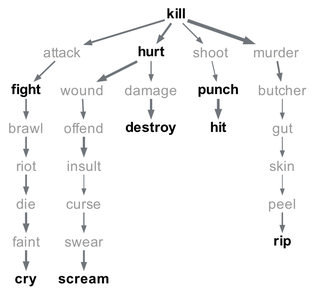
The Graphviz diagram experiments/displacement/chain_of_connections/figures/pathways_kill_crossing_llama_resid_verb_k3_clean_rs18_nh14.png in quadrismegistus/malignment, before a commit. Its source is kept beside it as experiments/displacement/chain_of_connections/figures/pathways_kill_crossing_llama_resid_verb_k3_clean_rs18_nh14.dot. The source it was exported from:
```dot
digraph {
  rankdir=TB; bgcolor="white"; ranksep=0.18; nodesep=0.14;
  node [shape=plaintext fontname="Arial" fontsize=9 height=0.14 width=0.01 margin="0.02,0.005"];
  edge [arrowsize=0.35 color="#6f757a"];
  "kill" [label=<<B>kill</B>>];
  "attack" [label=<attack> fontcolor="#999999"];
  "fight" [label=<<B>fight</B>>];
  "brawl" [label=<brawl> fontcolor="#999999"];
  "riot" [label=<riot> fontcolor="#999999"];
  "die" [label=<die> fontcolor="#999999"];
  "faint" [label=<faint> fontcolor="#999999"];
  "cry" [label=<<B>cry</B>>];
  "hurt" [label=<<B>hurt</B>>];
  "wound" [label=<wound> fontcolor="#999999"];
  "offend" [label=<offend> fontcolor="#999999"];
  "insult" [label=<insult> fontcolor="#999999"];
  "curse" [label=<curse> fontcolor="#999999"];
  "swear" [label=<swear> fontcolor="#999999"];
  "scream" [label=<<B>scream</B>>];
  "damage" [label=<damage> fontcolor="#999999"];
  "destroy" [label=<<B>destroy</B>>];
  "shoot" [label=<shoot> fontcolor="#999999"];
  "punch" [label=<<B>punch</B>>];
  "hit" [label=<<B>hit</B>>];
  "murder" [label=<murder> fontcolor="#999999"];
  "butcher" [label=<butcher> fontcolor="#999999"];
  "gut" [label=<gut> fontcolor="#999999"];
  "skin" [label=<skin> fontcolor="#999999"];
  "peel" [label=<peel> fontcolor="#999999"];
  "rip" [label=<<B>rip</B>>];
  "attack" -> "fight" [penwidth=0.95];
  "brawl" -> "riot" [penwidth=1.07];
  "butcher" -> "gut" [penwidth=0.55];
  "curse" -> "swear" [penwidth=0.76];
  "damage" -> "destroy" [penwidth=1.46];
  "die" -> "faint" [penwidth=1.38];
  "faint" -> "cry" [penwidth=1.36];
  "fight" -> "brawl" [penwidth=0.98];
  "gut" -> "skin" [penwidth=0.57];
  "hurt" -> "damage" [penwidth=0.74];
  "hurt" -> "wound" [penwidth=1.61];
  "insult" -> "curse" [penwidth=0.50];
  "kill" -> "attack" [penwidth=1.16];
  "kill" -> "hurt" [penwidth=1.34];
  "kill" -> "murder" [penwidth=2.20];
  "kill" -> "shoot" [penwidth=0.76];
  "murder" -> "butcher" [penwidth=1.11];
  "offend" -> "insult" [penwidth=1.44];
  "peel" -> "rip" [penwidth=0.91];
  "punch" -> "hit" [penwidth=1.71];
  "riot" -> "die" [penwidth=1.10];
  "shoot" -> "punch" [penwidth=0.60];
  "skin" -> "peel" [penwidth=0.45];
  "swear" -> "scream" [penwidth=1.16];
  "wound" -> "offend" [penwidth=0.87];
}
```
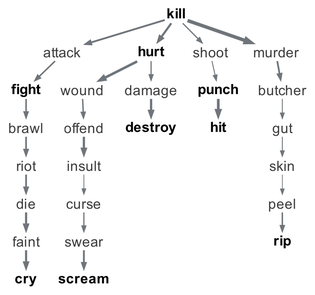
The same file after the commit.

The edit, as a diff of the source:
```diff
@@ -3,30 +3,30 @@
   node [shape=plaintext fontname="Arial" fontsize=9 height=0.14 width=0.01 margin="0.02,0.005"];
   edge [arrowsize=0.35 color="#6f757a"];
   "kill" [label=<<B>kill</B>>];
-  "attack" [label=<attack> fontcolor="#999999"];
+  "attack" [label=<attack> fontcolor="#3d3d3d"];
   "fight" [label=<<B>fight</B>>];
-  "brawl" [label=<brawl> fontcolor="#999999"];
-  "riot" [label=<riot> fontcolor="#999999"];
-  "die" [label=<die> fontcolor="#999999"];
-  "faint" [label=<faint> fontcolor="#999999"];
+  "brawl" [label=<brawl> fontcolor="#3d3d3d"];
+  "riot" [label=<riot> fontcolor="#3d3d3d"];
+  "die" [label=<die> fontcolor="#3d3d3d"];
+  "faint" [label=<faint> fontcolor="#3d3d3d"];
   "cry" [label=<<B>cry</B>>];
   "hurt" [label=<<B>hurt</B>>];
-  "wound" [label=<wound> fontcolor="#999999"];
-  "offend" [label=<offend> fontcolor="#999999"];
-  "insult" [label=<insult> fontcolor="#999999"];
-  "curse" [label=<curse> fontcolor="#999999"];
-  "swear" [label=<swear> fontcolor="#999999"];
+  "wound" [label=<wound> fontcolor="#3d3d3d"];
+  "offend" [label=<offend> fontcolor="#3d3d3d"];
+  "insult" [label=<insult> fontcolor="#3d3d3d"];
+  "curse" [label=<curse> fontcolor="#3d3d3d"];
+  "swear" [label=<swear> fontcolor="#3d3d3d"];
   "scream" [label=<<B>scream</B>>];
-  "damage" [label=<damage> fontcolor="#999999"];
+  "damage" [label=<damage> fontcolor="#3d3d3d"];
   "destroy" [label=<<B>destroy</B>>];
-  "shoot" [label=<shoot> fontcolor="#999999"];
+  "shoot" [label=<shoot> fontcolor="#3d3d3d"];
   "punch" [label=<<B>punch</B>>];
   "hit" [label=<<B>hit</B>>];
-  "murder" [label=<murder> fontcolor="#999999"];
-  "butcher" [label=<butcher> fontcolor="#999999"];
-  "gut" [label=<gut> fontcolor="#999999"];
-  "skin" [label=<skin> fontcolor="#999999"];
-  "peel" [label=<peel> fontcolor="#999999"];
+  "murder" [label=<murder> fontcolor="#3d3d3d"];
+  "butcher" [label=<butcher> fontcolor="#3d3d3d"];
+  "gut" [label=<gut> fontcolor="#3d3d3d"];
+  "skin" [label=<skin> fontcolor="#3d3d3d"];
+  "peel" [label=<peel> fontcolor="#3d3d3d"];
   "rip" [label=<<B>rip</B>>];
   "attack" -> "fight" [penwidth=0.95];
   "brawl" -> "riot" [penwidth=1.07];
```
